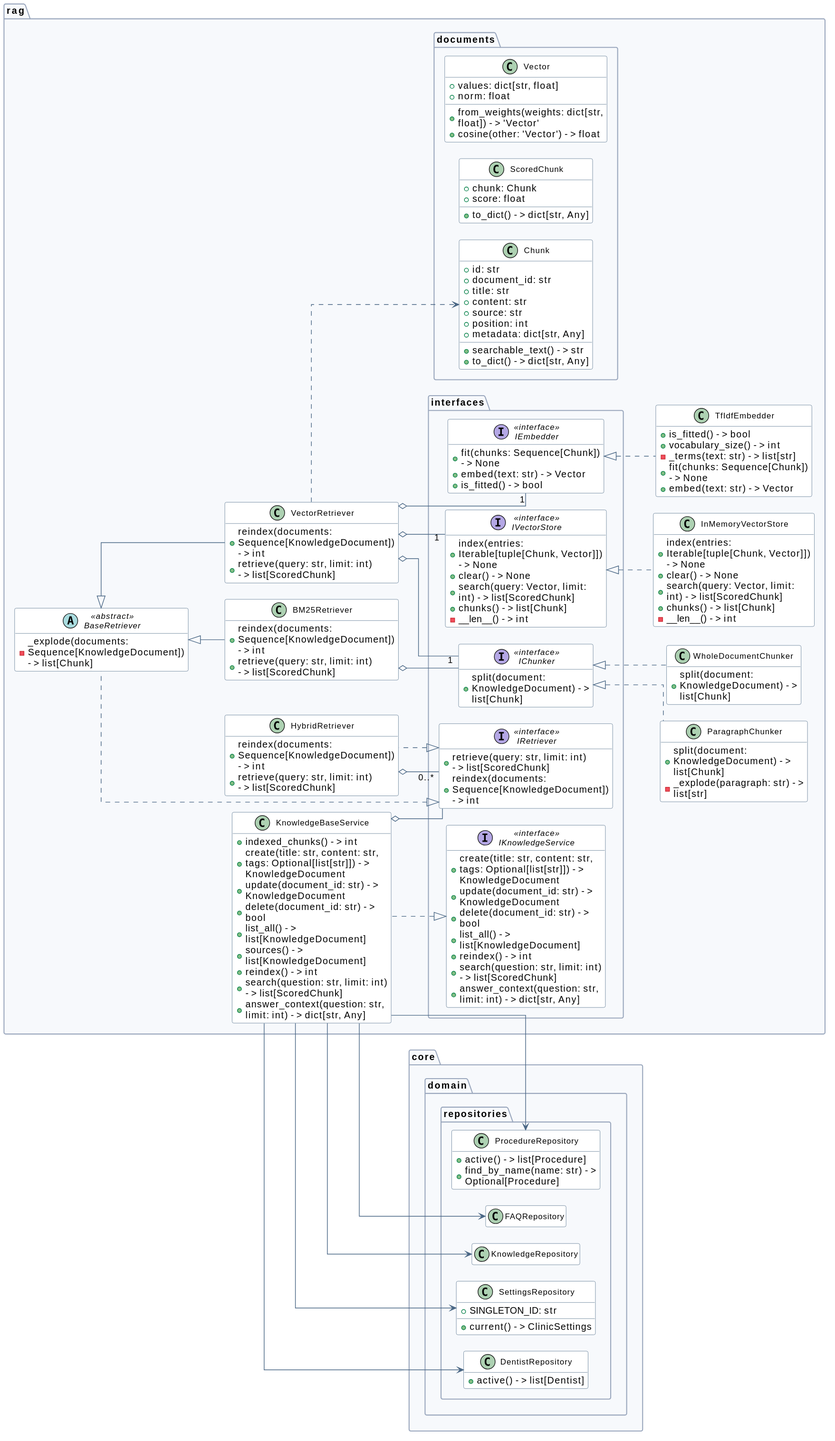
This is docs/uml/svg/rag.svg from mguinhos/sorrident, a PlantUML export, as it was before one commit.
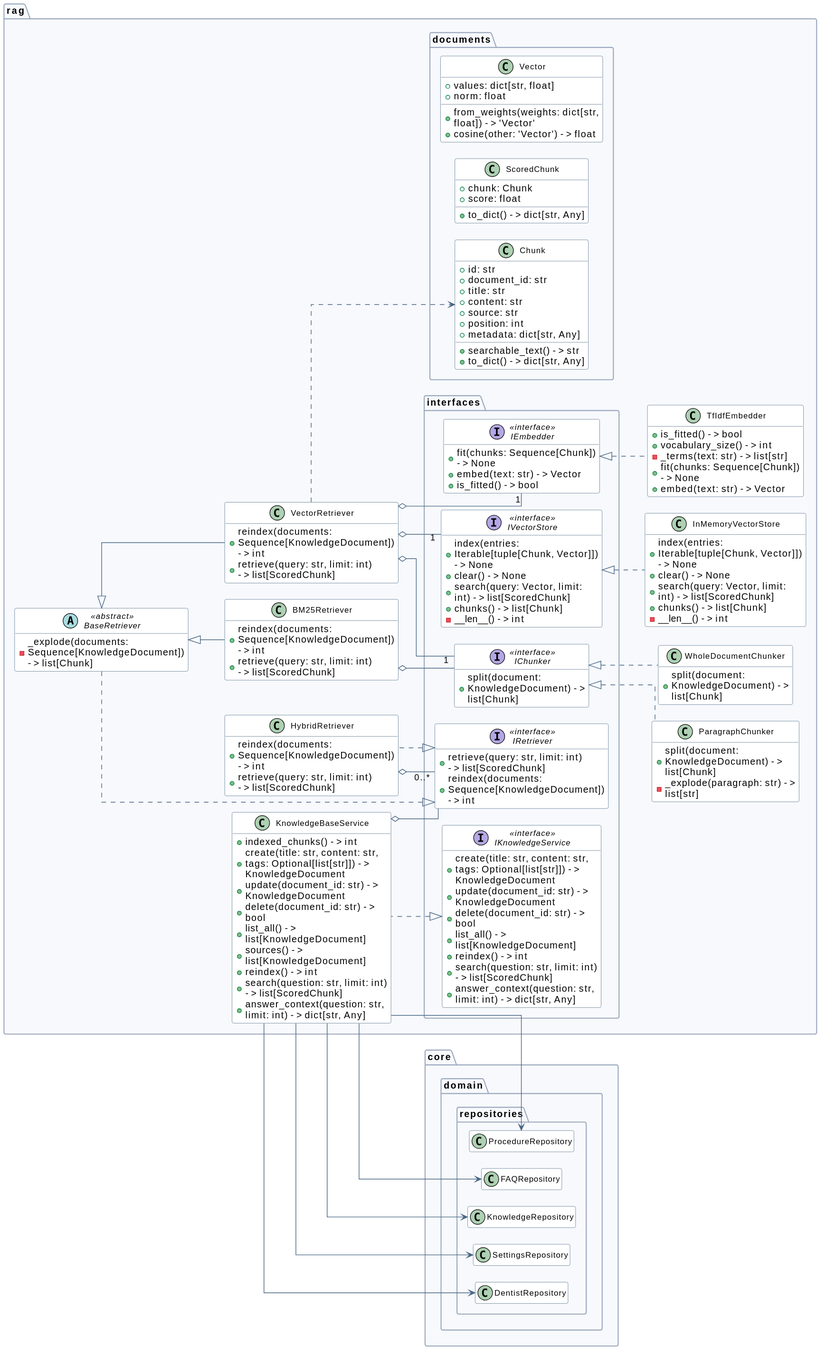
After the commit.

What changed in the source:
```diff
@@ -6,17 +6,9 @@
   package "domain.repositories" {
     class KnowledgeRepository
     class FAQRepository
-    class ProcedureRepository {
-      + active() -> list[Procedure]
-      + find_by_name(name: str) -> Optional[Procedure]
-    }
-    class DentistRepository {
-      + active() -> list[Dentist]
-    }
-    class SettingsRepository {
-    + SINGLETON_ID: str
-      + current() -> ClinicSettings
-    }
+    class ProcedureRepository
+    class DentistRepository
+    class SettingsRepository
   }
 }
 
```
